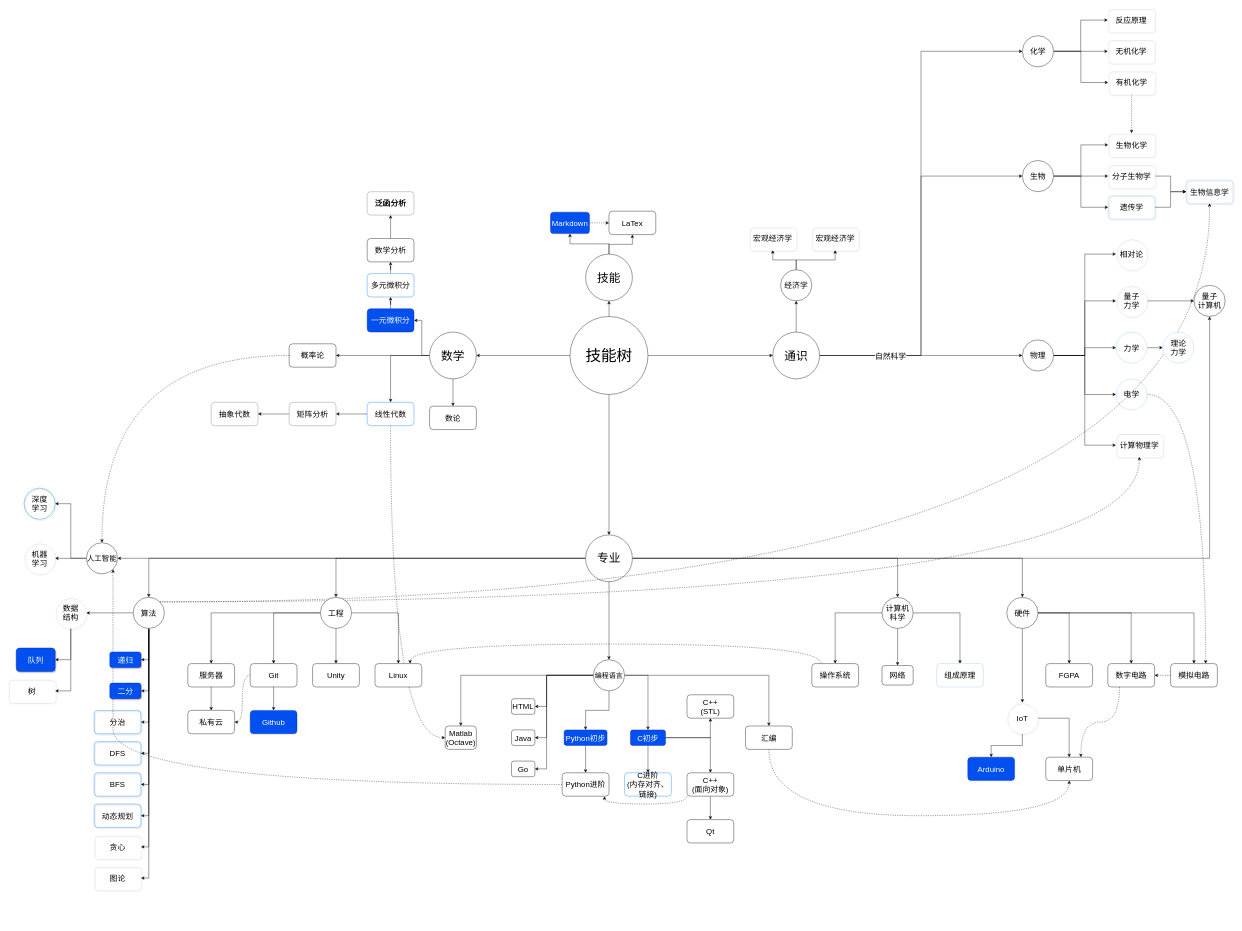
Above: map.drawio in JohnLulzh2002/My-notes (draw.io), before the change. Source tidied: cells renumbered, new cells numbered last; positions are measured from the earlier drawing's top-left corner, leaving out a move shared by most shapes. Both pictures are drawn from the tidied source at 39%, with x=0, y=0 at pixel (8, 8).
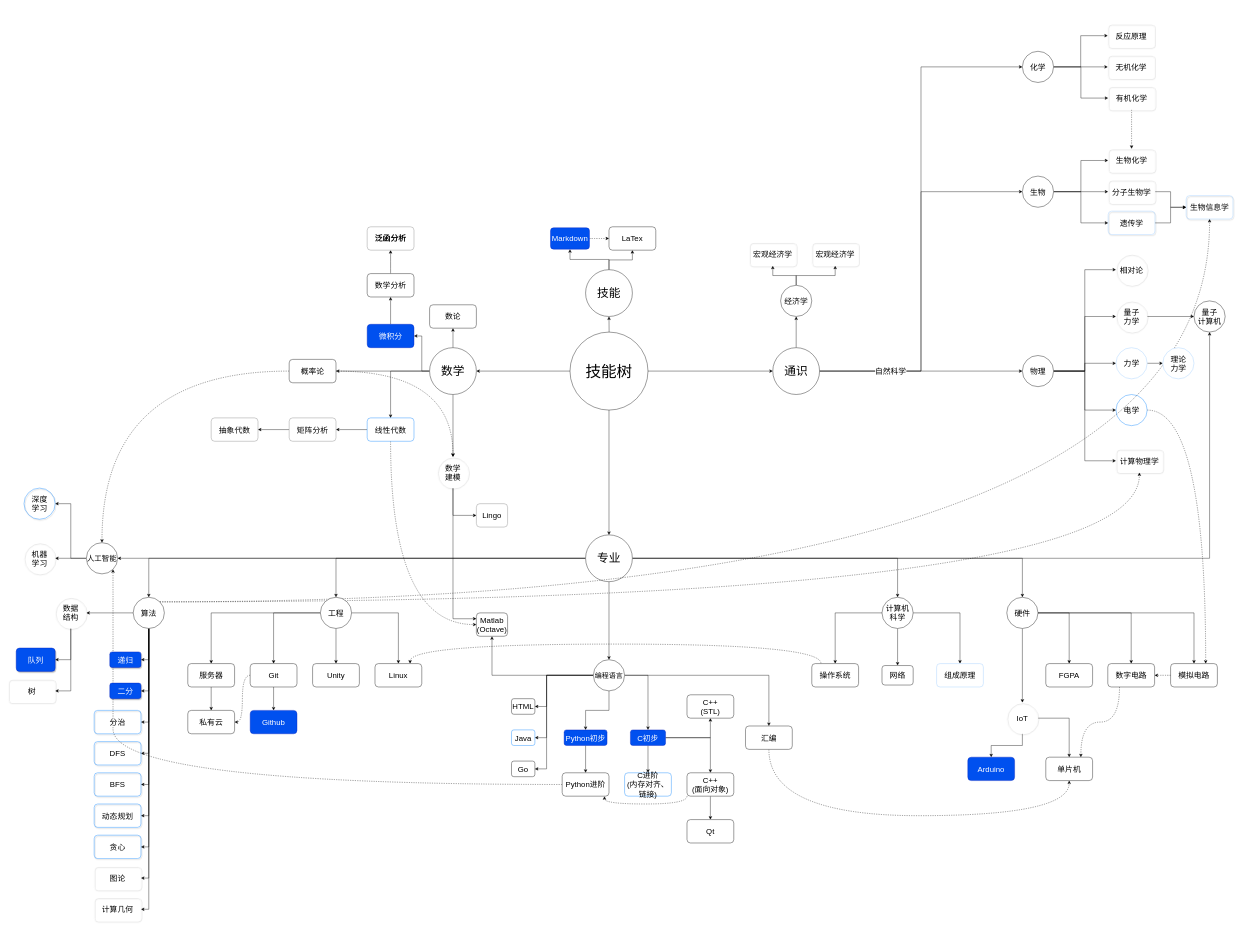
The same page after the edit.

The change refers to these unchanged cells:
```xml
<mxCell id="63" value="&lt;font style=&quot;font-size: 18px&quot;&gt;编程语言&lt;/font&gt;" style="ellipse;whiteSpace=wrap;html=1;fontSize=20;" parent="1" vertex="1">
  <mxGeometry x="1500" y="1670" width="80" height="80" as="geometry" />
</mxCell>
<mxCell id="88" value="算法" style="ellipse;whiteSpace=wrap;html=1;fontSize=20;" parent="1" vertex="1">
  <mxGeometry x="320" y="1510" width="80" height="80" as="geometry" />
</mxCell>
```

Diff of the diagram source:
```diff
@@
     <mxCell id="4" style="edgeStyle=orthogonalEdgeStyle;rounded=0;jettySize=auto;html=1;" parent="1" edge="1" target="23">
       <mxGeometry relative="1" as="geometry">
-        <mxPoint x="1540" y="870" as="sourcePoint" />
+        <mxPoint x="1540" y="910" as="sourcePoint" />
       </mxGeometry>
     </mxCell>
@@
     <mxCell id="6" value="&lt;font style=&quot;font-size: 40px&quot;&gt;技能树&lt;/font&gt;" style="ellipse;whiteSpace=wrap;html=1;" parent="1" vertex="1">
-      <mxGeometry x="1440" y="790" width="200" height="200" as="geometry" />
+      <mxGeometry x="1440" y="830" width="200" height="200" as="geometry" />
     </mxCell>
@@
     <mxCell id="12" value="&lt;font style=&quot;font-size: 30px&quot;&gt;通识&lt;/font&gt;" style="ellipse;whiteSpace=wrap;html=1;" parent="1" vertex="1">
-      <mxGeometry x="1960" y="830" width="120" height="120" as="geometry" />
+      <mxGeometry x="1960" y="870" width="120" height="120" as="geometry" />
     </mxCell>
@@
     <mxCell id="23" value="&lt;font style=&quot;font-size: 30px&quot;&gt;技能&lt;/font&gt;" style="ellipse;whiteSpace=wrap;html=1;" parent="1" vertex="1">
-      <mxGeometry x="1480" y="630" width="120" height="120" as="geometry" />
+      <mxGeometry x="1480" y="670" width="120" height="120" as="geometry" />
     </mxCell>
@@
-    <mxCell id="27" style="edgeStyle=orthogonalEdgeStyle;rounded=0;jettySize=auto;html=1;entryX=0.5;entryY=0;entryDx=0;entryDy=0;fontSize=20;" parent="1" edge="1" source="28" target="45">
+    <mxCell id="27" style="edgeStyle=orthogonalEdgeStyle;rounded=0;jettySize=auto;html=1;" parent="1" edge="1" source="28" target="45">
       <mxGeometry relative="1" as="geometry" />
     </mxCell>
+    <mxCell id="182" style="edgeStyle=orthogonalEdgeStyle;rounded=0;jettySize=auto;html=1;" parent="1" edge="1" source="28" target="188">
+      <mxGeometry relative="1" as="geometry" />
+    </mxCell>
     <mxCell id="28" value="&lt;font style=&quot;font-size: 30px&quot;&gt;数学&lt;/font&gt;" style="ellipse;whiteSpace=wrap;html=1;fontSize=20;" parent="1" vertex="1">
-      <mxGeometry x="1080" y="830" width="120" height="120" as="geometry" />
+      <mxGeometry x="1080" y="870" width="120" height="120" as="geometry" />
     </mxCell>
@@
-    <mxCell id="34" style="edgeStyle=orthogonalEdgeStyle;rounded=0;jettySize=auto;html=1;" parent="1" edge="1" source="35" target="178">
+    <mxCell id="34" style="edgeStyle=orthogonalEdgeStyle;rounded=0;jettySize=auto;html=1;" parent="1" edge="1" source="35" target="42">
       <mxGeometry relative="1" as="geometry" />
     </mxCell>
-    <mxCell id="35" value="一元微积分" style="rounded=1;whiteSpace=wrap;html=1;fontSize=20;strokeColor=#001DBC;fillColor=#0050ef;fontColor=#ffffff;" parent="1" vertex="1">
-      <mxGeometry x="920" y="770" width="120" height="60" as="geometry" />
+    <mxCell id="35" value="微积分" style="rounded=1;whiteSpace=wrap;html=1;fontSize=20;strokeColor=#001DBC;fillColor=#0050ef;fontColor=#ffffff;" parent="1" vertex="1">
+      <mxGeometry x="920" y="810" width="120" height="60" as="geometry" />
     </mxCell>
@@
     <mxCell id="38" value="线性代数" style="rounded=1;whiteSpace=wrap;html=1;fontSize=20;strokeColor=#007FFF;" parent="1" vertex="1">
-      <mxGeometry x="920" y="1010" width="120" height="60" as="geometry" />
+      <mxGeometry x="920" y="1050" width="120" height="60" as="geometry" />
     </mxCell>
@@
     <mxCell id="40" value="矩阵分析" style="whiteSpace=wrap;html=1;rounded=1;fontSize=20;strokeColor=#808080;" parent="1" vertex="1">
-      <mxGeometry x="720" y="1010" width="120" height="60" as="geometry" />
+      <mxGeometry x="720" y="1050" width="120" height="60" as="geometry" />
     </mxCell>
@@
     <mxCell id="42" value="数学分析" style="whiteSpace=wrap;html=1;rounded=1;fontSize=20;" parent="1" vertex="1">
-      <mxGeometry x="920" y="590" width="120" height="60" as="geometry" />
+      <mxGeometry x="920" y="680" width="120" height="60" as="geometry" />
     </mxCell>
@@
+    <mxCell id="183" style="edgeStyle=orthogonalEdgeStyle;rounded=0;jettySize=auto;html=1;curved=1;dashed=1;" parent="1" edge="1" source="44" target="188">
+      <mxGeometry relative="1" as="geometry" />
+    </mxCell>
     <mxCell id="44" value="概率论" style="whiteSpace=wrap;html=1;fontSize=20;rounded=1;" parent="1" vertex="1">
-      <mxGeometry x="720" y="860" width="120" height="60" as="geometry" />
+      <mxGeometry x="720" y="900" width="120" height="60" as="geometry" />
     </mxCell>
     <mxCell id="45" value="数论" style="rounded=1;whiteSpace=wrap;html=1;fontSize=20;" parent="1" vertex="1">
-      <mxGeometry x="1080" y="1020" width="120" height="60" as="geometry" />
+      <mxGeometry x="1080" y="760" width="120" height="60" as="geometry" />
     </mxCell>
@@
     <mxCell id="51" value="物理" style="ellipse;whiteSpace=wrap;html=1;fontSize=20;" parent="1" vertex="1">
-      <mxGeometry x="2600" y="850" width="80" height="80" as="geometry" />
+      <mxGeometry x="2600" y="890" width="80" height="80" as="geometry" />
     </mxCell>
@@
-    <mxCell id="53" value="电学" style="ellipse;whiteSpace=wrap;html=1;fontSize=20;strokeColor=#99CCFF;" parent="1" vertex="1">
-      <mxGeometry x="2840" y="950" width="80" height="80" as="geometry" />
+    <mxCell id="53" value="电学" style="ellipse;whiteSpace=wrap;html=1;fontSize=20;strokeColor=#007FFF;" parent="1" vertex="1">
+      <mxGeometry x="2840" y="990" width="80" height="80" as="geometry" />
     </mxCell>
@@
     <mxCell id="55" value="力学" style="ellipse;whiteSpace=wrap;html=1;fontSize=20;strokeColor=#99CCFF;" parent="1" vertex="1">
-      <mxGeometry x="2840" y="830" width="80" height="80" as="geometry" />
+      <mxGeometry x="2840" y="870" width="80" height="80" as="geometry" />
     </mxCell>
@@
-    <mxCell id="60" style="edgeStyle=orthogonalEdgeStyle;rounded=0;jettySize=auto;html=1;entryX=0.5;entryY=0;entryDx=0;entryDy=0;fontSize=20;" parent="1" edge="1" source="63" target="118">
+    <mxCell id="60" style="edgeStyle=orthogonalEdgeStyle;rounded=0;jettySize=auto;html=1;entryX=0.5;entryY=1;entryDx=0;entryDy=0;fontSize=20;" parent="1" edge="1" source="63" target="118">
       <mxGeometry relative="1" as="geometry" />
     </mxCell>
@@
-    <mxCell id="72" value="Java" style="rounded=1;whiteSpace=wrap;html=1;gradientColor=none;fontSize=20;" parent="1" vertex="1">
+    <mxCell id="72" value="Java" style="rounded=1;whiteSpace=wrap;html=1;gradientColor=none;fontSize=20;strokeColor=#007FFF;" parent="1" vertex="1">
       <mxGeometry x="1290" y="1850" width="60" height="40" as="geometry" />
     </mxCell>
@@
+    <mxCell id="184" style="edgeStyle=orthogonalEdgeStyle;rounded=0;jettySize=auto;html=1;entryX=1;entryY=0.5;entryDx=0;entryDy=0;" parent="1" edge="1" source="88" target="185">
+      <mxGeometry relative="1" as="geometry" />
+    </mxCell>
@@
     <mxCell id="99" value="生物" style="ellipse;whiteSpace=wrap;html=1;rounded=1;gradientColor=none;fontSize=20;" parent="1" vertex="1">
-      <mxGeometry x="2600" y="390" width="80" height="80" as="geometry" />
+      <mxGeometry x="2600" y="430" width="80" height="80" as="geometry" />
     </mxCell>
@@
     <mxCell id="107" value="经济学" style="ellipse;whiteSpace=wrap;html=1;rounded=1;gradientColor=none;fontSize=20;" parent="1" vertex="1">
-      <mxGeometry x="1980" y="670" width="80" height="80" as="geometry" />
+      <mxGeometry x="1980" y="710" width="80" height="80" as="geometry" />
     </mxCell>
@@
     <mxCell id="111" value="化学" style="ellipse;whiteSpace=wrap;html=1;rounded=1;gradientColor=none;fontSize=20;" parent="1" vertex="1">
-      <mxGeometry x="2600" y="70" width="80" height="80" as="geometry" />
+      <mxGeometry x="2600" y="110" width="80" height="80" as="geometry" />
     </mxCell>
@@
     <mxCell id="118" value="Matlab&lt;br&gt;(Octave)" style="rounded=1;whiteSpace=wrap;html=1;gradientColor=none;fontSize=20;" parent="1" vertex="1">
-      <mxGeometry x="1120" y="1840" width="80" height="60" as="geometry" />
+      <mxGeometry x="1200" y="1550" width="80" height="60" as="geometry" />
     </mxCell>
@@
     <mxCell id="130" value="Markdown" style="rounded=1;whiteSpace=wrap;html=1;fontSize=20;fillColor=#0050ef;strokeColor=#001DBC;fontColor=#ffffff;" parent="1" vertex="1">
-      <mxGeometry x="1390" y="522.5" width="100" height="55" as="geometry" />
+      <mxGeometry x="1390" y="562.5" width="100" height="55" as="geometry" />
     </mxCell>
@@
     <mxCell id="132" value="&lt;span class=&quot;RichText ztext CopyrightRichText-richText&quot; itemprop=&quot;text&quot;&gt;&lt;b&gt;泛函分析&lt;/b&gt;&lt;/span&gt;" style="whiteSpace=wrap;html=1;rounded=1;fontSize=20;strokeColor=#808080;" parent="1" vertex="1">
-      <mxGeometry x="920" y="470" width="120" height="60" as="geometry" />
+      <mxGeometry x="920" y="560" width="120" height="60" as="geometry" />
     </mxCell>
@@
-    <mxCell id="139" value="贪心" style="rounded=1;whiteSpace=wrap;html=1;shadow=1;glass=0;fillColor=none;gradientColor=none;fontSize=20;strokeColor=#FFFFFF;" parent="1" vertex="1">
+    <mxCell id="139" value="贪心" style="rounded=1;whiteSpace=wrap;html=1;shadow=1;glass=0;fillColor=none;gradientColor=none;fontSize=20;strokeColor=#007FFF;" parent="1" vertex="1">
       <mxGeometry x="220" y="2120" width="120" height="60" as="geometry" />
     </mxCell>
@@
     <mxCell id="144" value="量子&lt;br&gt;力学" style="ellipse;whiteSpace=wrap;html=1;rounded=1;shadow=1;glass=0;strokeColor=#FFFFFF;fillColor=none;gradientColor=none;fontSize=20;" parent="1" vertex="1">
-      <mxGeometry x="2840" y="710" width="80" height="80" as="geometry" />
+      <mxGeometry x="2840" y="750" width="80" height="80" as="geometry" />
     </mxCell>
     <mxCell id="145" value="相对论" style="ellipse;whiteSpace=wrap;html=1;rounded=1;shadow=1;glass=0;strokeColor=#FFFFFF;fillColor=none;gradientColor=none;fontSize=20;" parent="1" vertex="1">
-      <mxGeometry x="2840" y="590" width="80" height="80" as="geometry" />
+      <mxGeometry x="2840" y="630" width="80" height="80" as="geometry" />
     </mxCell>
     <mxCell id="146" value="量子&lt;br&gt;计算机" style="ellipse;whiteSpace=wrap;html=1;fontSize=20;" parent="1" vertex="1">
-      <mxGeometry x="3040" y="710" width="80" height="80" as="geometry" />
+      <mxGeometry x="3040" y="750" width="80" height="80" as="geometry" />
     </mxCell>
@@
     <mxCell id="150" value="LaTex" style="rounded=1;whiteSpace=wrap;html=1;gradientColor=none;fontSize=20;" parent="1" vertex="1">
-      <mxGeometry x="1540" y="520" width="120" height="60" as="geometry" />
+      <mxGeometry x="1540" y="560" width="120" height="60" as="geometry" />
     </mxCell>
@@
     <mxCell id="153" value="分子生物学" style="rounded=1;whiteSpace=wrap;html=1;shadow=1;glass=0;fillColor=none;gradientColor=none;fontSize=20;strokeColor=#FFFFFF;" parent="1" vertex="1">
-      <mxGeometry x="2820" y="400" width="120" height="60" as="geometry" />
+      <mxGeometry x="2820" y="440" width="120" height="60" as="geometry" />
     </mxCell>
@@
     <mxCell id="155" value="遗传学" style="rounded=1;whiteSpace=wrap;html=1;shadow=1;glass=0;fillColor=none;gradientColor=none;fontSize=20;strokeColor=#99CCFF;" parent="1" vertex="1">
-      <mxGeometry x="2820" y="480" width="120" height="60" as="geometry" />
+      <mxGeometry x="2820" y="520" width="120" height="60" as="geometry" />
     </mxCell>
     <mxCell id="156" value="生物化学" style="rounded=1;whiteSpace=wrap;html=1;shadow=1;glass=0;fillColor=none;gradientColor=none;fontSize=20;strokeColor=#FFFFFF;" parent="1" vertex="1">
-      <mxGeometry x="2820" y="320" width="120" height="60" as="geometry" />
+      <mxGeometry x="2820" y="360" width="120" height="60" as="geometry" />
     </mxCell>
@@
     <mxCell id="158" value="有机化学" style="rounded=1;whiteSpace=wrap;html=1;shadow=1;glass=0;fillColor=none;gradientColor=none;fontSize=20;strokeColor=#FFFFFF;" parent="1" vertex="1">
-      <mxGeometry x="2820" y="160" width="120" height="60" as="geometry" />
+      <mxGeometry x="2820" y="200" width="120" height="60" as="geometry" />
     </mxCell>
     <mxCell id="159" value="生物信息学" style="rounded=1;whiteSpace=wrap;html=1;shadow=1;glass=0;fillColor=none;gradientColor=none;fontSize=20;strokeColor=#99CCFF;" parent="1" vertex="1">
-      <mxGeometry x="3020" y="440" width="120" height="60" as="geometry" />
+      <mxGeometry x="3020" y="480" width="120" height="60" as="geometry" />
     </mxCell>
     <mxCell id="160" value="计算物理学" style="rounded=1;whiteSpace=wrap;html=1;shadow=1;glass=0;fillColor=none;gradientColor=none;fontSize=20;strokeColor=#FFFFFF;" parent="1" vertex="1">
-      <mxGeometry x="2840" y="1090" width="120" height="60" as="geometry" />
+      <mxGeometry x="2840" y="1130" width="120" height="60" as="geometry" />
     </mxCell>
@@
     <mxCell id="163" value="无机化学" style="rounded=1;whiteSpace=wrap;html=1;shadow=1;glass=0;fillColor=none;gradientColor=none;fontSize=20;strokeColor=#FFFFFF;" parent="1" vertex="1">
-      <mxGeometry x="2819" y="80" width="120" height="60" as="geometry" />
+      <mxGeometry x="2819" y="120" width="120" height="60" as="geometry" />
     </mxCell>
     <mxCell id="164" value="反应原理" style="rounded=1;whiteSpace=wrap;html=1;shadow=1;glass=0;fillColor=none;gradientColor=none;fontSize=20;strokeColor=#FFFFFF;" parent="1" vertex="1">
-      <mxGeometry x="2819" width="120" height="60" as="geometry" />
+      <mxGeometry x="2819" y="40" width="120" height="60" as="geometry" />
     </mxCell>
@@
     <mxCell id="167" value="抽象代数" style="whiteSpace=wrap;html=1;rounded=1;fontSize=20;strokeColor=#808080;" parent="1" vertex="1">
-      <mxGeometry x="520" y="1010" width="120" height="60" as="geometry" />
+      <mxGeometry x="520" y="1050" width="120" height="60" as="geometry" />
     </mxCell>
@@
     <mxCell id="172" value="宏观经济学" style="rounded=1;whiteSpace=wrap;html=1;shadow=1;glass=0;fillColor=none;gradientColor=none;fontSize=20;strokeColor=#FFFFFF;" parent="1" vertex="1">
-      <mxGeometry x="2060" y="560" width="120" height="60" as="geometry" />
+      <mxGeometry x="2060" y="600" width="120" height="60" as="geometry" />
     </mxCell>
     <mxCell id="173" value="宏观经济学" style="rounded=1;whiteSpace=wrap;html=1;shadow=1;glass=0;fillColor=none;gradientColor=none;fontSize=20;strokeColor=#FFFFFF;" parent="1" vertex="1">
-      <mxGeometry x="1900" y="560" width="120" height="60" as="geometry" />
+      <mxGeometry x="1900" y="600" width="120" height="60" as="geometry" />
     </mxCell>
@@
-    <mxCell id="177" style="edgeStyle=orthogonalEdgeStyle;rounded=0;jettySize=auto;html=1;" parent="1" edge="1" source="178" target="42">
-      <mxGeometry relative="1" as="geometry" />
-    </mxCell>
-    <mxCell id="178" value="多元微积分" style="rounded=1;whiteSpace=wrap;html=1;fontSize=20;strokeColor=#007FFF;" parent="1" vertex="1">
-      <mxGeometry x="920" y="680" width="120" height="60" as="geometry" />
-    </mxCell>
     <mxCell id="179" value="理论&lt;br&gt;力学" style="ellipse;whiteSpace=wrap;html=1;fontSize=20;strokeColor=#99CCFF;" parent="1" vertex="1">
-      <mxGeometry x="2960" y="830" width="80" height="80" as="geometry" />
+      <mxGeometry x="2960" y="870" width="80" height="80" as="geometry" />
     </mxCell>
@@
+    <mxCell id="185" value="计算几何" style="rounded=1;whiteSpace=wrap;html=1;shadow=1;glass=0;fillColor=none;gradientColor=none;fontSize=20;strokeColor=#FFFFFF;" parent="1" vertex="1">
+      <mxGeometry x="220" y="2280" width="120" height="60" as="geometry" />
+    </mxCell>
+    <mxCell id="186" style="edgeStyle=orthogonalEdgeStyle;rounded=0;jettySize=auto;html=1;entryX=0;entryY=0.5;entryDx=0;entryDy=0;exitX=0.5;exitY=1;exitDx=0;exitDy=0;" parent="1" edge="1" source="188" target="189">
+      <mxGeometry relative="1" as="geometry" />
+    </mxCell>
+    <mxCell id="187" style="edgeStyle=orthogonalEdgeStyle;rounded=0;jettySize=auto;html=1;exitX=0.5;exitY=1;exitDx=0;exitDy=0;entryX=0;entryY=0.25;entryDx=0;entryDy=0;" parent="1" edge="1" source="188" target="118">
+      <mxGeometry relative="1" as="geometry" />
+    </mxCell>
+    <mxCell id="188" value="数学&lt;br&gt;建模" style="ellipse;whiteSpace=wrap;html=1;rounded=1;shadow=1;glass=0;strokeColor=#FFFFFF;fillColor=none;gradientColor=none;fontSize=20;" parent="1" vertex="1">
+      <mxGeometry x="1100" y="1150" width="80" height="80" as="geometry" />
+    </mxCell>
+    <mxCell id="189" value="Lingo" style="whiteSpace=wrap;html=1;rounded=1;fontSize=20;strokeColor=#808080;" parent="1" vertex="1">
+      <mxGeometry x="1200" y="1270" width="80" height="60" as="geometry" />
+    </mxCell>
```
